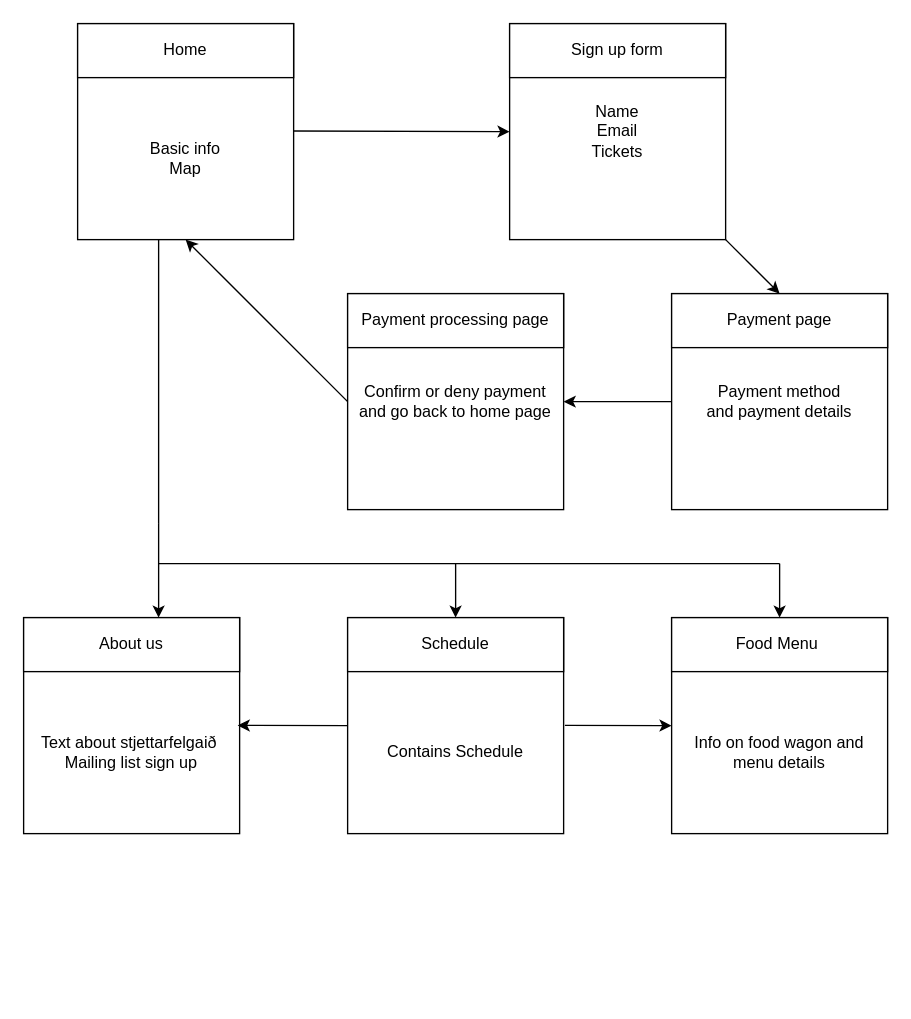
TheTimidMew/Vefhonnun_verkefni_6 keeps this draw.io diagram as Wireframe/Flowchart.drawio. Above is the earlier version. Source tidied: cells renumbered, new cells numbered last; positions are measured from the earlier drawing's top-left corner, leaving out a move shared by most shapes. Both pictures are drawn from the tidied source at 135%, with x=0, y=0 at pixel (23, 23).
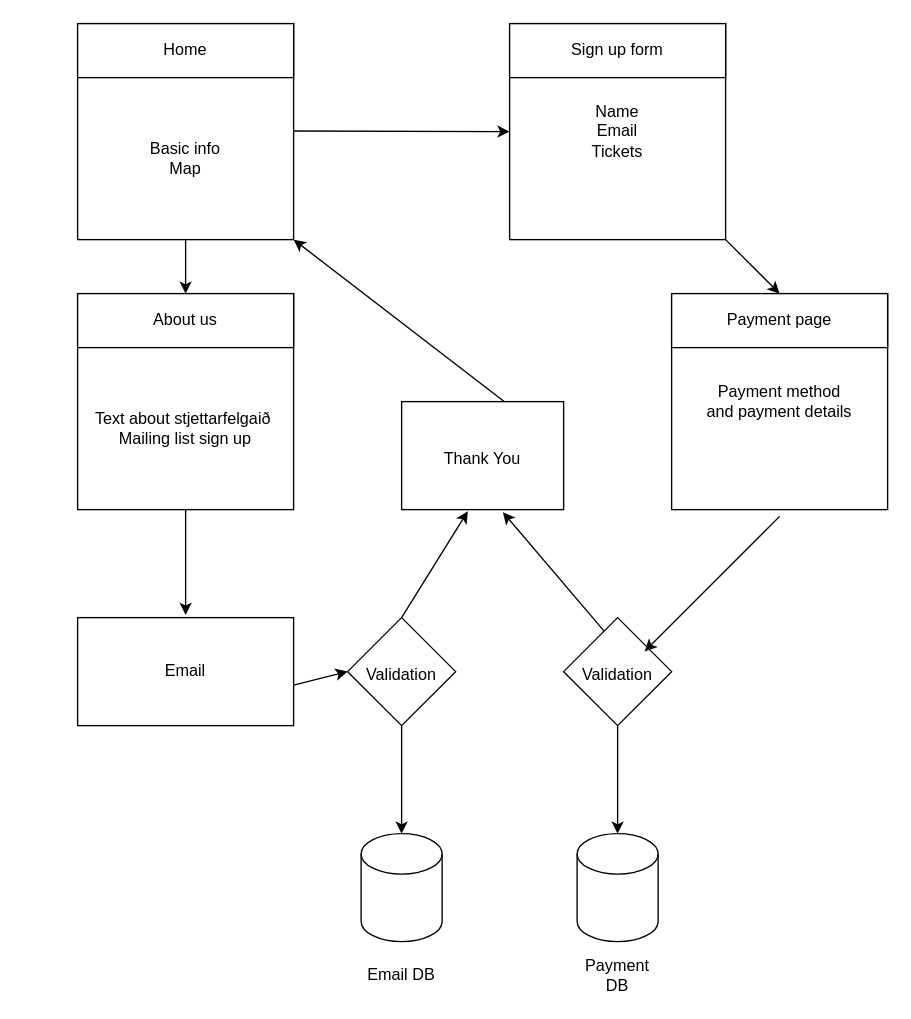
Above is the later version.

The change refers to these unchanged cells:
```xml
<mxCell id="4" value="Basic info&lt;div&gt;Map&lt;/div&gt;" style="text;html=1;align=center;verticalAlign=middle;whiteSpace=wrap;rounded=0;" parent="1" vertex="1">
  <mxGeometry x="40" y="40" width="160" height="120" as="geometry" />
</mxCell>
```

Diff of the diagram source:
```diff
@@
+    <mxCell id="34" style="rhombus;whiteSpace=wrap;html=1;" parent="1" vertex="1">
+      <mxGeometry x="240" y="440" width="80" height="80" as="geometry" />
+    </mxCell>
+    <mxCell id="35" value="Validation" style="rounded=0;whiteSpace=wrap;html=1;strokeColor=none;" parent="1" vertex="1">
+      <mxGeometry x="260" y="470" width="40" height="25" as="geometry" />
+    </mxCell>
+    <mxCell id="36" style="rhombus;whiteSpace=wrap;html=1;" parent="1" vertex="1">
+      <mxGeometry x="400" y="440" width="80" height="80" as="geometry" />
+    </mxCell>
@@
     <mxCell id="8" style="whiteSpace=wrap;html=1;" parent="1" vertex="1">
-      <mxGeometry y="440" width="160" height="160" as="geometry" />
+      <mxGeometry x="40" y="200" width="160" height="160" as="geometry" />
     </mxCell>
     <mxCell id="9" style="rounded=0;whiteSpace=wrap;html=1;" parent="1" vertex="1">
-      <mxGeometry y="440" width="160" height="40" as="geometry" />
+      <mxGeometry x="40" y="200" width="160" height="40" as="geometry" />
     </mxCell>
     <mxCell id="10" value="Text about stjettarfelgaið&amp;nbsp;&lt;div&gt;Mailing list sign up&lt;/div&gt;" style="text;html=1;align=center;verticalAlign=middle;whiteSpace=wrap;rounded=0;" parent="1" vertex="1">
-      <mxGeometry y="480" width="160" height="120" as="geometry" />
+      <mxGeometry x="40" y="240" width="160" height="120" as="geometry" />
     </mxCell>
     <mxCell id="11" value="About us" style="text;html=1;align=center;verticalAlign=middle;whiteSpace=wrap;rounded=0;" parent="1" vertex="1">
-      <mxGeometry y="440" width="160" height="40" as="geometry" />
+      <mxGeometry x="40" y="200" width="160" height="40" as="geometry" />
     </mxCell>
-    <mxCell id="12" style="whiteSpace=wrap;html=1;" parent="1" vertex="1">
-      <mxGeometry x="240" y="440" width="160" height="160" as="geometry" />
-    </mxCell>
-    <mxCell id="13" style="rounded=0;whiteSpace=wrap;html=1;" parent="1" vertex="1">
-      <mxGeometry x="240" y="440" width="160" height="40" as="geometry" />
-    </mxCell>
-    <mxCell id="14" value="Contains&amp;nbsp;Schedule" style="text;html=1;align=center;verticalAlign=middle;whiteSpace=wrap;rounded=0;" parent="1" vertex="1">
-      <mxGeometry x="240" y="480" width="160" height="120" as="geometry" />
-    </mxCell>
-    <mxCell id="15" value="Schedule" style="text;html=1;align=center;verticalAlign=middle;whiteSpace=wrap;rounded=0;" parent="1" vertex="1">
-      <mxGeometry x="240" y="440" width="160" height="40" as="geometry" />
-    </mxCell>
@@
-    <mxCell id="18" value="Confirm or deny payment and go back to home page" style="whiteSpace=wrap;html=1;" parent="1" vertex="1">
-      <mxGeometry x="240" y="200" width="160" height="160" as="geometry" />
-    </mxCell>
-    <mxCell id="19" value="Payment processing page" style="rounded=0;whiteSpace=wrap;html=1;" parent="1" vertex="1">
-      <mxGeometry x="240" y="200" width="160" height="40" as="geometry" />
-    </mxCell>
@@
-    <mxCell id="22" style="endArrow=classic;html=1;rounded=0;entryX=1;entryY=0.5;entryDx=0;entryDy=0;" parent="1" edge="1" target="18">
-      <mxGeometry relative="1" as="geometry">
-        <mxPoint x="480" y="280" as="sourcePoint" />
-      </mxGeometry>
-    </mxCell>
-    <mxCell id="23" style="endArrow=classic;html=1;rounded=0;entryX=0.5;entryY=1;entryDx=0;entryDy=0;" parent="1" edge="1" target="4">
-      <mxGeometry relative="1" as="geometry">
-        <mxPoint x="240" y="280" as="sourcePoint" />
-        <Array as="points">
-          <mxPoint x="240" y="280" />
-        </Array>
-      </mxGeometry>
-    </mxCell>
-    <mxCell id="24" style="whiteSpace=wrap;html=1;" parent="1" vertex="1">
-      <mxGeometry x="480" y="440" width="160" height="160" as="geometry" />
-    </mxCell>
-    <mxCell id="25" value="Food Menu&amp;nbsp;" style="rounded=0;whiteSpace=wrap;html=1;" parent="1" vertex="1">
-      <mxGeometry x="480" y="440" width="160" height="40" as="geometry" />
-    </mxCell>
-    <mxCell id="26" value="Info on food wagon and menu details" style="text;html=1;align=center;verticalAlign=middle;whiteSpace=wrap;rounded=0;" parent="1" vertex="1">
-      <mxGeometry x="480" y="480" width="160" height="120" as="geometry" />
-    </mxCell>
-    <mxCell id="27" style="endArrow=none;html=1;rounded=0;" parent="1" edge="1">
-      <mxGeometry relative="1" as="geometry">
-        <mxPoint x="100" y="370" as="sourcePoint" />
-        <mxPoint x="100" y="160" as="targetPoint" />
-      </mxGeometry>
-    </mxCell>
-    <mxCell id="28" style="endArrow=classic;html=1;rounded=0;" parent="1" edge="1">
-      <mxGeometry relative="1" as="geometry">
-        <mxPoint x="100" y="370" as="sourcePoint" />
-        <mxPoint x="100" y="440" as="targetPoint" />
-      </mxGeometry>
-    </mxCell>
-    <mxCell id="29" style="endArrow=none;html=1;rounded=0;" parent="1" edge="1">
-      <mxGeometry relative="1" as="geometry">
-        <mxPoint x="100" y="400" as="sourcePoint" />
-        <mxPoint x="560" y="400" as="targetPoint" />
-      </mxGeometry>
-    </mxCell>
-    <mxCell id="30" style="endArrow=classic;html=1;rounded=0;entryX=0.5;entryY=0;entryDx=0;entryDy=0;" parent="1" edge="1" target="15">
-      <mxGeometry relative="1" as="geometry">
-        <mxPoint x="320" y="400" as="sourcePoint" />
-        <Array as="points">
-          <mxPoint x="320" y="400" />
-        </Array>
-      </mxGeometry>
-    </mxCell>
-    <mxCell id="31" style="endArrow=classic;html=1;rounded=0;entryX=0.5;entryY=0;entryDx=0;entryDy=0;" parent="1" edge="1" target="25">
-      <mxGeometry relative="1" as="geometry">
-        <mxPoint x="560" y="400" as="sourcePoint" />
-      </mxGeometry>
-    </mxCell>
-    <mxCell id="32" style="endArrow=classic;html=1;rounded=0;exitX=1.006;exitY=0.332;exitDx=0;exitDy=0;exitPerimeter=0;" parent="1" edge="1" source="14">
-      <mxGeometry relative="1" as="geometry">
-        <mxPoint x="480" y="520" as="targetPoint" />
-      </mxGeometry>
-    </mxCell>
-    <mxCell id="33" style="endArrow=classic;html=1;rounded=0;entryX=0.991;entryY=0.332;entryDx=0;entryDy=0;entryPerimeter=0;" parent="1" edge="1" target="10">
-      <mxGeometry relative="1" as="geometry">
-        <mxPoint x="240" y="520" as="sourcePoint" />
-      </mxGeometry>
-    </mxCell>
+    <mxCell id="37" style="rounded=0;whiteSpace=wrap;html=1;" parent="1" vertex="1">
+      <mxGeometry x="280" y="280" width="120" height="80" as="geometry" />
+    </mxCell>
+    <mxCell id="38" value="Thank You" style="text;html=1;align=center;verticalAlign=middle;whiteSpace=wrap;rounded=0;" parent="1" vertex="1">
+      <mxGeometry x="310" y="307.5" width="60" height="30" as="geometry" />
+    </mxCell>
+    <mxCell id="39" style="edgeStyle=orthogonalEdgeStyle;rounded=0;orthogonalLoop=1;jettySize=auto;html=1;exitX=0.5;exitY=1;exitDx=0;exitDy=0;" parent="1" edge="1" source="38" target="38">
+      <mxGeometry relative="1" as="geometry" />
+    </mxCell>
+    <mxCell id="40" style="shape=cylinder3;whiteSpace=wrap;html=1;boundedLbl=1;backgroundOutline=1;size=15;" parent="1" vertex="1">
+      <mxGeometry x="410" y="600" width="60" height="80" as="geometry" />
+    </mxCell>
+    <mxCell id="41" style="shape=cylinder3;whiteSpace=wrap;html=1;boundedLbl=1;backgroundOutline=1;size=15;" parent="1" vertex="1">
+      <mxGeometry x="250" y="600" width="60" height="80" as="geometry" />
+    </mxCell>
+    <mxCell id="42" style="rounded=0;whiteSpace=wrap;html=1;" parent="1" vertex="1">
+      <mxGeometry x="40" y="440" width="160" height="80" as="geometry" />
+    </mxCell>
+    <mxCell id="43" value="Email" style="text;html=1;align=center;verticalAlign=middle;whiteSpace=wrap;rounded=0;" parent="1" vertex="1">
+      <mxGeometry x="90" y="465" width="60" height="30" as="geometry" />
+    </mxCell>
+    <mxCell id="44" style="endArrow=classic;html=1;rounded=0;entryX=0.5;entryY=0;entryDx=0;entryDy=0;" parent="1" edge="1" target="11">
+      <mxGeometry relative="1" as="geometry">
+        <mxPoint x="120" y="160" as="sourcePoint" />
+      </mxGeometry>
+    </mxCell>
+    <mxCell id="45" style="endArrow=classic;html=1;rounded=0;exitX=0.5;exitY=1;exitDx=0;exitDy=0;" parent="1" edge="1" source="10">
+      <mxGeometry relative="1" as="geometry">
+        <mxPoint x="120" y="438" as="targetPoint" />
+      </mxGeometry>
+    </mxCell>
+    <mxCell id="46" style="endArrow=classic;html=1;rounded=0;entryX=0;entryY=0.5;entryDx=0;entryDy=0;" parent="1" edge="1" target="34">
+      <mxGeometry relative="1" as="geometry">
+        <mxPoint x="200" y="490" as="sourcePoint" />
+      </mxGeometry>
+    </mxCell>
+    <mxCell id="47" style="endArrow=classic;html=1;rounded=0;entryX=0.5;entryY=0;entryDx=0;entryDy=0;entryPerimeter=0;" parent="1" edge="1" target="41">
+      <mxGeometry relative="1" as="geometry">
+        <mxPoint x="280" y="520" as="sourcePoint" />
+      </mxGeometry>
+    </mxCell>
+    <mxCell id="48" style="endArrow=classic;html=1;rounded=0;entryX=0.5;entryY=0;entryDx=0;entryDy=0;entryPerimeter=0;" parent="1" edge="1" target="40">
+      <mxGeometry relative="1" as="geometry">
+        <mxPoint x="440" y="520" as="sourcePoint" />
+      </mxGeometry>
+    </mxCell>
+    <mxCell id="49" value="Validation" style="rounded=0;whiteSpace=wrap;html=1;strokeColor=none;" parent="1" vertex="1">
+      <mxGeometry x="420" y="470" width="40" height="25" as="geometry" />
+    </mxCell>
+    <mxCell id="50" style="endArrow=classic;html=1;rounded=0;exitX=0.5;exitY=0;exitDx=0;exitDy=0;entryX=0.409;entryY=1.014;entryDx=0;entryDy=0;entryPerimeter=0;" parent="1" edge="1" source="34" target="37">
+      <mxGeometry relative="1" as="geometry" />
+    </mxCell>
+    <mxCell id="51" style="endArrow=classic;html=1;rounded=0;entryX=0.625;entryY=1.024;entryDx=0;entryDy=0;entryPerimeter=0;" parent="1" edge="1" target="37">
+      <mxGeometry relative="1" as="geometry">
+        <mxPoint x="430" y="450" as="sourcePoint" />
+      </mxGeometry>
+    </mxCell>
+    <mxCell id="52" style="endArrow=classic;html=1;rounded=0;" parent="1" edge="1">
+      <mxGeometry relative="1" as="geometry">
+        <mxPoint x="560" y="365" as="sourcePoint" />
+        <mxPoint x="460" y="465" as="targetPoint" />
+      </mxGeometry>
+    </mxCell>
+    <mxCell id="53" value="Email DB" style="text;html=1;align=center;verticalAlign=middle;whiteSpace=wrap;rounded=0;" parent="1" vertex="1">
+      <mxGeometry x="250" y="690" width="60" height="30" as="geometry" />
+    </mxCell>
+    <mxCell id="54" value="Payment DB" style="text;html=1;align=center;verticalAlign=middle;whiteSpace=wrap;rounded=0;" parent="1" vertex="1">
+      <mxGeometry x="410" y="690" width="60" height="30" as="geometry" />
+    </mxCell>
+    <mxCell id="55" style="endArrow=classic;html=1;rounded=0;exitX=0.631;exitY=-0.004;exitDx=0;exitDy=0;exitPerimeter=0;entryX=1;entryY=1;entryDx=0;entryDy=0;" parent="1" edge="1" source="37" target="4">
+      <mxGeometry relative="1" as="geometry" />
+    </mxCell>
```
